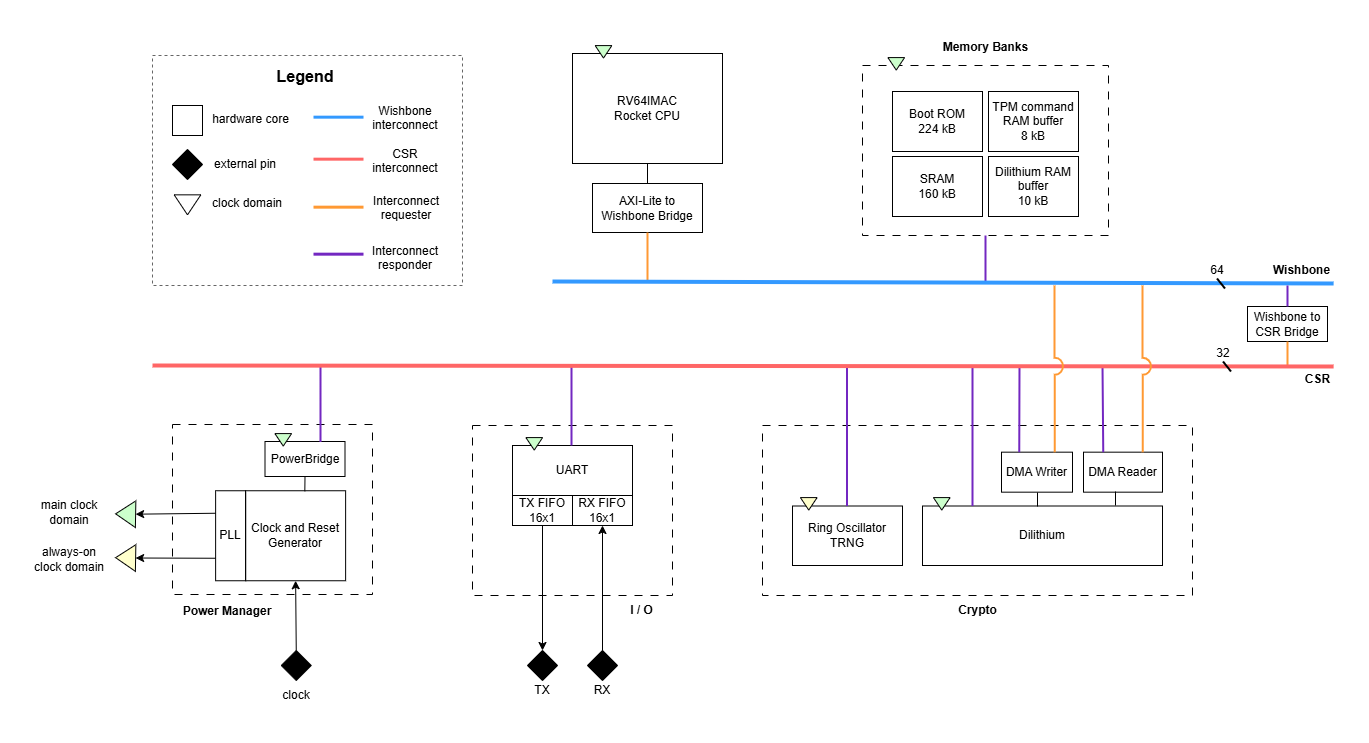
Before: docs/diagrams/petalite-architecture.png, a diagram exported from draw.io (franos-cm/project-petalite). Source tidied: cells renumbered, new cells last; positions are measured from the earlier drawing's top-left corner, leaving out a move shared by most shapes.
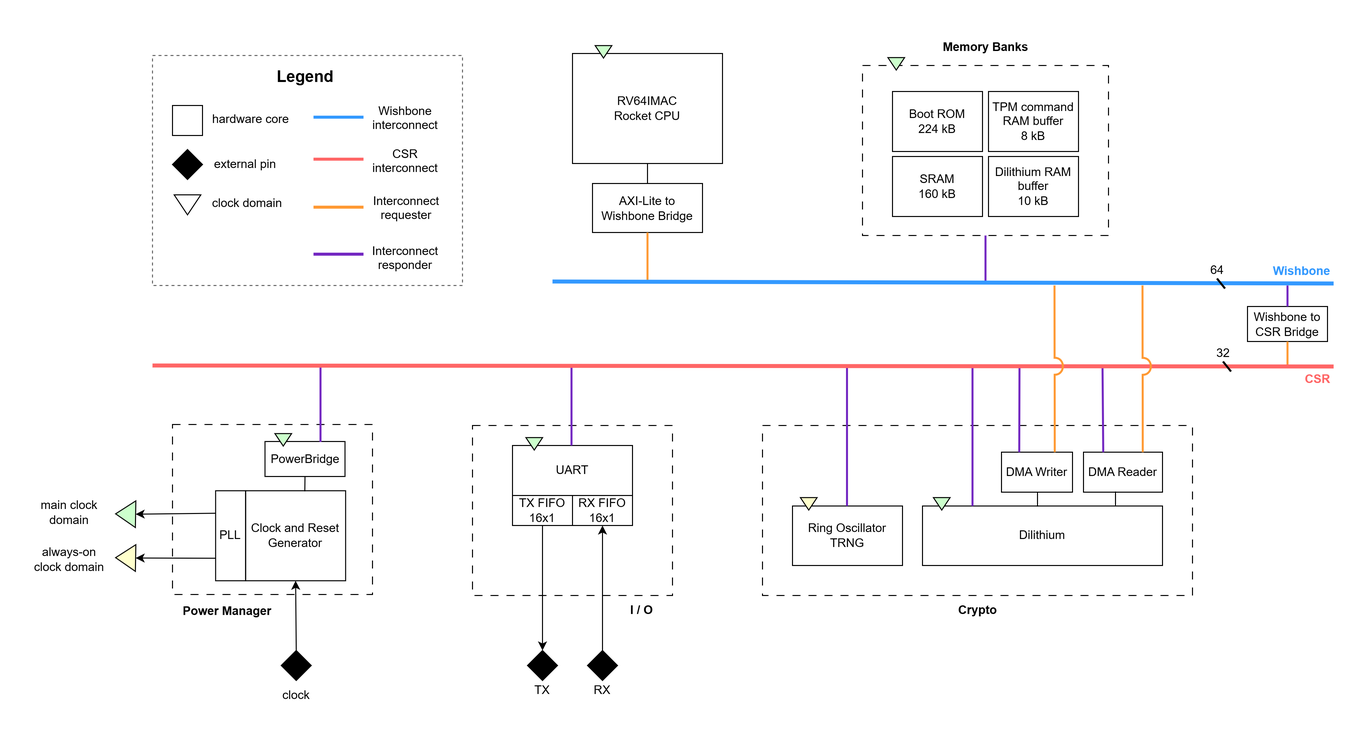
Later version of the same file.

Diff of the diagram source:
```diff
@@ -77,10 +77,10 @@
     <mxCell id="26" style="triangle;whiteSpace=wrap;html=1;rotation=90;fillColor=#CCFFCC;" parent="1" vertex="1">
       <mxGeometry x="564.8" y="11" width="12.5" height="16.7" as="geometry" />
     </mxCell>
-    <mxCell id="27" value="Wishbone" style="text;html=1;align=center;verticalAlign=middle;whiteSpace=wrap;rounded=0;fontStyle=1;" parent="1" vertex="1">
-      <mxGeometry x="1237.5" y="222.5" width="62.5" height="30" as="geometry" />
+    <mxCell id="27" value="Wishbone" style="text;html=1;align=center;verticalAlign=middle;whiteSpace=wrap;rounded=0;fontStyle=1;fontColor=#3399FF;" parent="1" vertex="1">
+      <mxGeometry x="1237.5" y="223.5" width="62.5" height="30" as="geometry" />
     </mxCell>
-    <mxCell id="28" value="CSR" style="text;html=1;align=center;verticalAlign=middle;whiteSpace=wrap;rounded=0;fontStyle=1;" parent="1" vertex="1">
+    <mxCell id="28" value="CSR" style="text;html=1;align=center;verticalAlign=middle;whiteSpace=wrap;rounded=0;fontStyle=1;fontColor=#FF6666;" parent="1" vertex="1">
       <mxGeometry x="1270" y="336" width="30.5" height="21" as="geometry" />
     </mxCell>
     <mxCell id="29" value="RX" style="text;html=1;align=center;verticalAlign=middle;whiteSpace=wrap;rounded=0;" parent="1" vertex="1">
```
